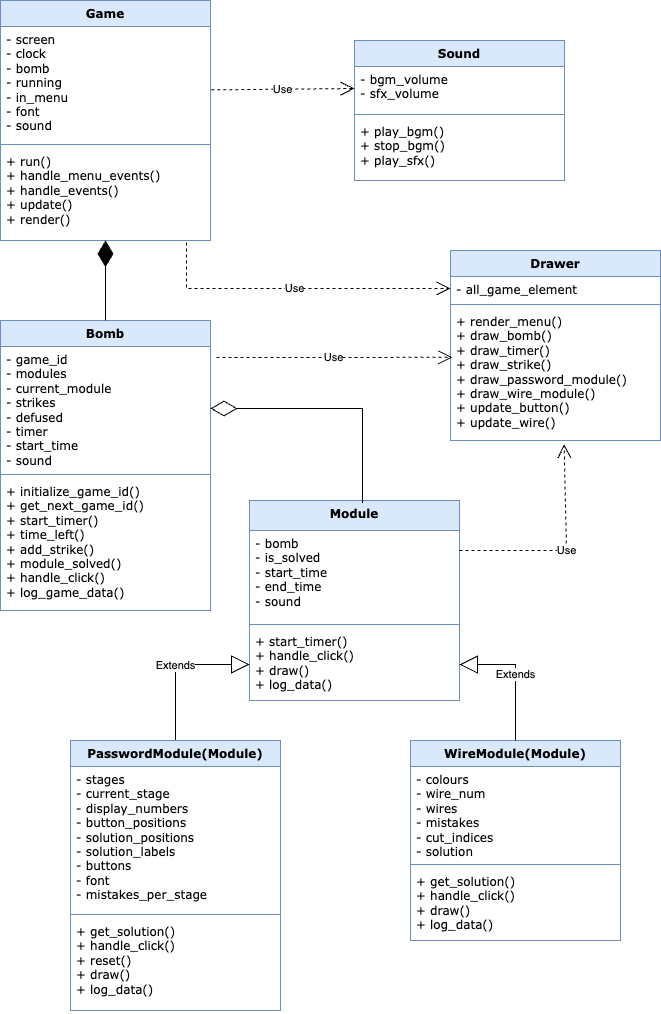
Earlier version of the draw.io export uml.png (natawipa/i-am-eod). Source tidied: cells renumbered, new cells last; positions are measured from the earlier drawing's top-left corner, leaving out a move shared by most shapes.
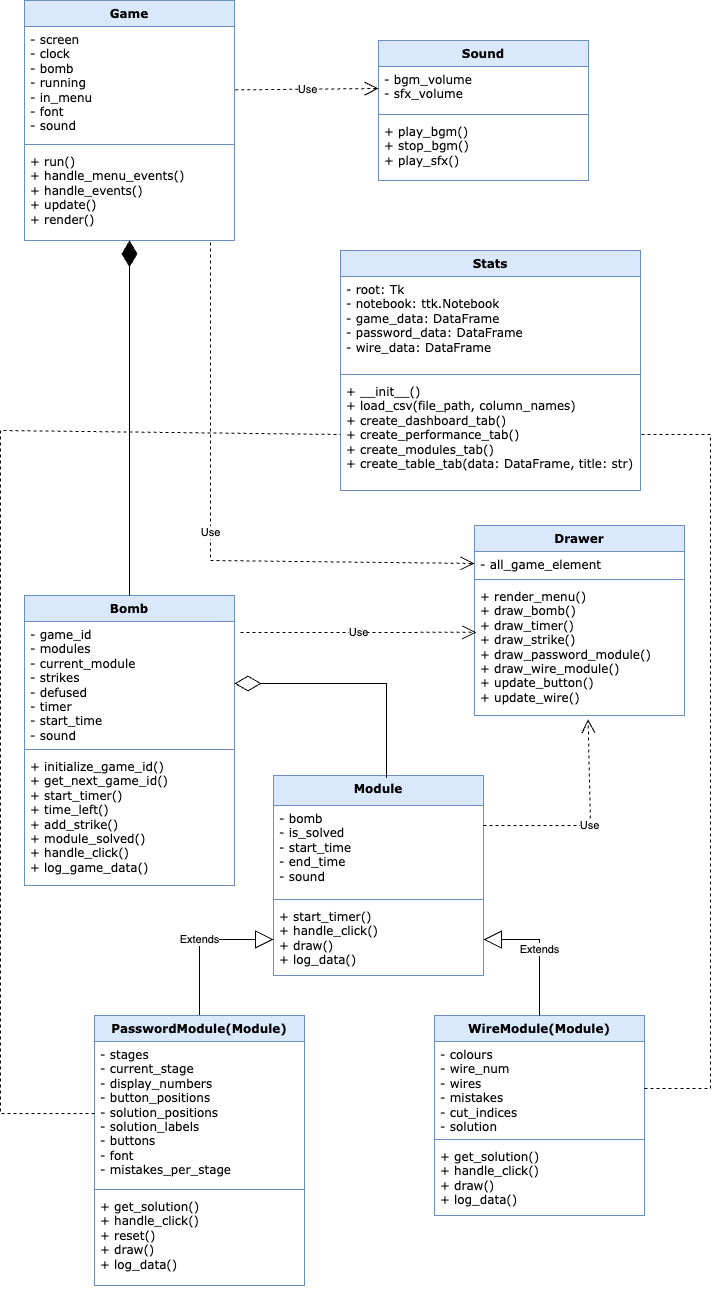
Later version of the same file.

Diff of the diagram source:
```diff
@@ -27,7 +27,7 @@
       <mxGeometry y="128" width="210" height="72" as="geometry" />
     </mxCell>
     <mxCell id="10" value="&lt;font face=&quot;Verdana&quot;&gt;Sound&lt;/font&gt;" style="swimlane;fontStyle=1;align=center;verticalAlign=top;horizontal=1;startSize=26;whiteSpace=wrap;html=1;fillColor=#dae8fc;strokeColor=#6c8ebf;" parent="1" vertex="1">
-      <mxGeometry x="354" y="40" width="210" height="140" as="geometry" />
+      <mxGeometry x="354" y="-235" width="210" height="140" as="geometry" />
     </mxCell>
     <mxCell id="11" value="&lt;div&gt;&lt;font face=&quot;Verdana&quot;&gt;- bgm_volume&lt;/font&gt;&lt;/div&gt;&lt;div&gt;&lt;font face=&quot;Verdana&quot;&gt;- sfx_volume&amp;nbsp;&lt;/font&gt;&lt;/div&gt;" style="text;strokeColor=none;fillColor=none;align=left;verticalAlign=top;spacingLeft=4;spacingRight=4;overflow=hidden;points=[[0,0.5],[1,0.5]];portConstraint=eastwest;whiteSpace=wrap;html=1;" parent="10" vertex="1">
       <mxGeometry y="26" width="210" height="44" as="geometry" />
@@ -39,7 +39,7 @@
       <mxGeometry y="78" width="210" height="62" as="geometry" />
     </mxCell>
     <mxCell id="14" value="&lt;font face=&quot;Verdana&quot;&gt;Game&lt;/font&gt;" style="swimlane;fontStyle=1;align=center;verticalAlign=top;horizontal=1;startSize=26;whiteSpace=wrap;html=1;fillColor=#dae8fc;strokeColor=#6c8ebf;" parent="1" vertex="1">
-      <mxGeometry width="210" height="240" as="geometry" />
+      <mxGeometry y="-275" width="210" height="240" as="geometry" />
     </mxCell>
     <mxCell id="15" value="&lt;div&gt;&lt;font face=&quot;Verdana&quot;&gt;- screen&lt;/font&gt;&lt;/div&gt;&lt;div&gt;&lt;font face=&quot;Verdana&quot;&gt;- clock&amp;nbsp;&lt;/font&gt;&lt;/div&gt;&lt;div&gt;&lt;font face=&quot;Verdana&quot;&gt;- bomb&lt;/font&gt;&lt;/div&gt;&lt;div&gt;&lt;font face=&quot;Verdana&quot;&gt;- running&lt;/font&gt;&lt;/div&gt;&lt;div&gt;&lt;font face=&quot;Verdana&quot;&gt;- in_menu&lt;/font&gt;&lt;/div&gt;&lt;div&gt;&lt;font face=&quot;Verdana&quot;&gt;- font&lt;/font&gt;&lt;/div&gt;&lt;div&gt;&lt;font face=&quot;Verdana&quot;&gt;- sound&amp;nbsp;&amp;nbsp;&lt;/font&gt;&lt;/div&gt;" style="text;strokeColor=none;fillColor=none;align=left;verticalAlign=top;spacingLeft=4;spacingRight=4;overflow=hidden;points=[[0,0.5],[1,0.5]];portConstraint=eastwest;whiteSpace=wrap;html=1;" parent="14" vertex="1">
       <mxGeometry y="26" width="210" height="114" as="geometry" />
@@ -116,7 +116,7 @@
     <mxCell id="35" value="Use" style="endArrow=open;endSize=12;dashed=1;html=1;rounded=0;entryX=0;entryY=0.5;entryDx=0;entryDy=0;exitX=0.886;exitY=1.022;exitDx=0;exitDy=0;exitPerimeter=0;" parent="1" edge="1" source="17" target="19">
       <mxGeometry relative="1" as="geometry">
         <Array as="points">
-          <mxPoint x="186" y="288" />
+          <mxPoint x="186" y="285" />
         </Array>
       </mxGeometry>
     </mxCell>
@@ -132,5 +132,33 @@
         </Array>
       </mxGeometry>
     </mxCell>
+    <mxCell id="38" value="&lt;font face=&quot;Verdana&quot;&gt;Stats&lt;/font&gt;" style="swimlane;fontStyle=1;align=center;verticalAlign=top;horizontal=1;startSize=26;whiteSpace=wrap;html=1;fillColor=#dae8fc;strokeColor=#6c8ebf;" parent="1" vertex="1">
+      <mxGeometry x="316" y="-25" width="300" height="240" as="geometry" />
+    </mxCell>
+    <mxCell id="39" value="&lt;div&gt;&lt;span style=&quot;font-family: Verdana; background-color: transparent; color: light-dark(rgb(0, 0, 0), rgb(255, 255, 255));&quot;&gt;-&lt;/span&gt;&lt;span style=&quot;font-family: Verdana; background-color: transparent; color: light-dark(rgb(0, 0, 0), rgb(255, 255, 255));&quot;&gt;&amp;nbsp;&lt;/span&gt;&lt;span style=&quot;font-family: Verdana; background-color: transparent; color: light-dark(rgb(0, 0, 0), rgb(255, 255, 255));&quot;&gt;root: Tk&amp;nbsp;&lt;/span&gt;&lt;/div&gt;&lt;div&gt;&lt;span style=&quot;font-family: Verdana; background-color: transparent; color: light-dark(rgb(0, 0, 0), rgb(255, 255, 255));&quot;&gt;-&lt;/span&gt;&lt;span style=&quot;font-family: Verdana; background-color: transparent; color: light-dark(rgb(0, 0, 0), rgb(255, 255, 255));&quot;&gt;&amp;nbsp;&lt;/span&gt;&lt;span style=&quot;font-family: Verdana; background-color: transparent; color: light-dark(rgb(0, 0, 0), rgb(255, 255, 255));&quot;&gt;notebook: ttk.Notebook&amp;nbsp;&lt;/span&gt;&lt;/div&gt;&lt;div&gt;&lt;span style=&quot;font-family: Verdana; background-color: transparent; color: light-dark(rgb(0, 0, 0), rgb(255, 255, 255));&quot;&gt;-&lt;/span&gt;&lt;span style=&quot;font-family: Verdana; background-color: transparent; color: light-dark(rgb(0, 0, 0), rgb(255, 255, 255));&quot;&gt;&amp;nbsp;&lt;/span&gt;&lt;font face=&quot;Verdana&quot;&gt;game_data: DataFrame&amp;nbsp;&lt;/font&gt;&lt;/div&gt;&lt;div&gt;&lt;span style=&quot;font-family: Verdana; background-color: transparent; color: light-dark(rgb(0, 0, 0), rgb(255, 255, 255));&quot;&gt;-&lt;/span&gt;&lt;span style=&quot;font-family: Verdana; background-color: transparent; color: light-dark(rgb(0, 0, 0), rgb(255, 255, 255));&quot;&gt;&amp;nbsp;&lt;/span&gt;&lt;font face=&quot;Verdana&quot;&gt;password_data: DataFrame&amp;nbsp;&lt;/font&gt;&lt;/div&gt;&lt;div&gt;&lt;span style=&quot;font-family: Verdana; background-color: transparent; color: light-dark(rgb(0, 0, 0), rgb(255, 255, 255));&quot;&gt;-&lt;/span&gt;&lt;span style=&quot;font-family: Verdana; background-color: transparent; color: light-dark(rgb(0, 0, 0), rgb(255, 255, 255));&quot;&gt;&amp;nbsp;&lt;/span&gt;&lt;font face=&quot;Verdana&quot;&gt;wire_data: DataFrame&lt;/font&gt;&lt;/div&gt;" style="text;strokeColor=none;fillColor=none;align=left;verticalAlign=top;spacingLeft=4;spacingRight=4;overflow=hidden;whiteSpace=wrap;html=1;" parent="38" vertex="1">
+      <mxGeometry y="26" width="300" height="94" as="geometry" />
+    </mxCell>
+    <mxCell id="40" style="line;strokeWidth=1;fillColor=none;align=left;verticalAlign=middle;spacingTop=-1;spacingLeft=3;spacingRight=3;labelPosition=right;strokeColor=inherit;" parent="38" vertex="1">
+      <mxGeometry y="120" width="300" height="8" as="geometry" />
+    </mxCell>
+    <mxCell id="41" value="&lt;font face=&quot;Verdana&quot;&gt;+ __init__()&amp;nbsp;&lt;/font&gt;&lt;div&gt;&lt;font face=&quot;Verdana&quot;&gt;+ load_csv(file_path, column_names)&amp;nbsp;&lt;/font&gt;&lt;/div&gt;&lt;div&gt;&lt;font face=&quot;Verdana&quot;&gt;+ create_dashboard_tab()&amp;nbsp;&lt;/font&gt;&lt;/div&gt;&lt;div&gt;&lt;font face=&quot;Verdana&quot;&gt;+ create_performance_tab()&amp;nbsp;&lt;/font&gt;&lt;/div&gt;&lt;div&gt;&lt;font face=&quot;Verdana&quot;&gt;+ create_modules_tab()&amp;nbsp;&lt;/font&gt;&lt;/div&gt;&lt;div&gt;&lt;font face=&quot;Verdana&quot;&gt;+ create_table_tab(data: DataFrame, title: str)&lt;/font&gt;&lt;/div&gt;" style="text;strokeColor=none;fillColor=none;align=left;verticalAlign=top;spacingLeft=4;spacingRight=4;overflow=hidden;points=[[0,0.5],[1,0.5]];portConstraint=eastwest;whiteSpace=wrap;html=1;" parent="38" vertex="1">
+      <mxGeometry y="128" width="300" height="112" as="geometry" />
+    </mxCell>
+    <mxCell id="42" style="endArrow=none;dashed=1;html=1;rounded=0;exitX=1;exitY=0.5;exitDx=0;exitDy=0;entryX=1;entryY=0.5;entryDx=0;entryDy=0;" parent="1" edge="1" source="26" target="41">
+      <mxGeometry relative="1" as="geometry">
+        <Array as="points">
+          <mxPoint x="686" y="813" />
+          <mxPoint x="686" y="159" />
+        </Array>
+      </mxGeometry>
+    </mxCell>
+    <mxCell id="43" style="endArrow=none;dashed=1;html=1;rounded=0;exitX=0;exitY=0.5;exitDx=0;exitDy=0;entryX=0;entryY=0.5;entryDx=0;entryDy=0;" parent="1" edge="1" source="31" target="41">
+      <mxGeometry relative="1" as="geometry">
+        <Array as="points">
+          <mxPoint x="-24" y="838" />
+          <mxPoint x="-24" y="155" />
+        </Array>
+      </mxGeometry>
+    </mxCell>
   </root>
 </mxGraphModel>
```
